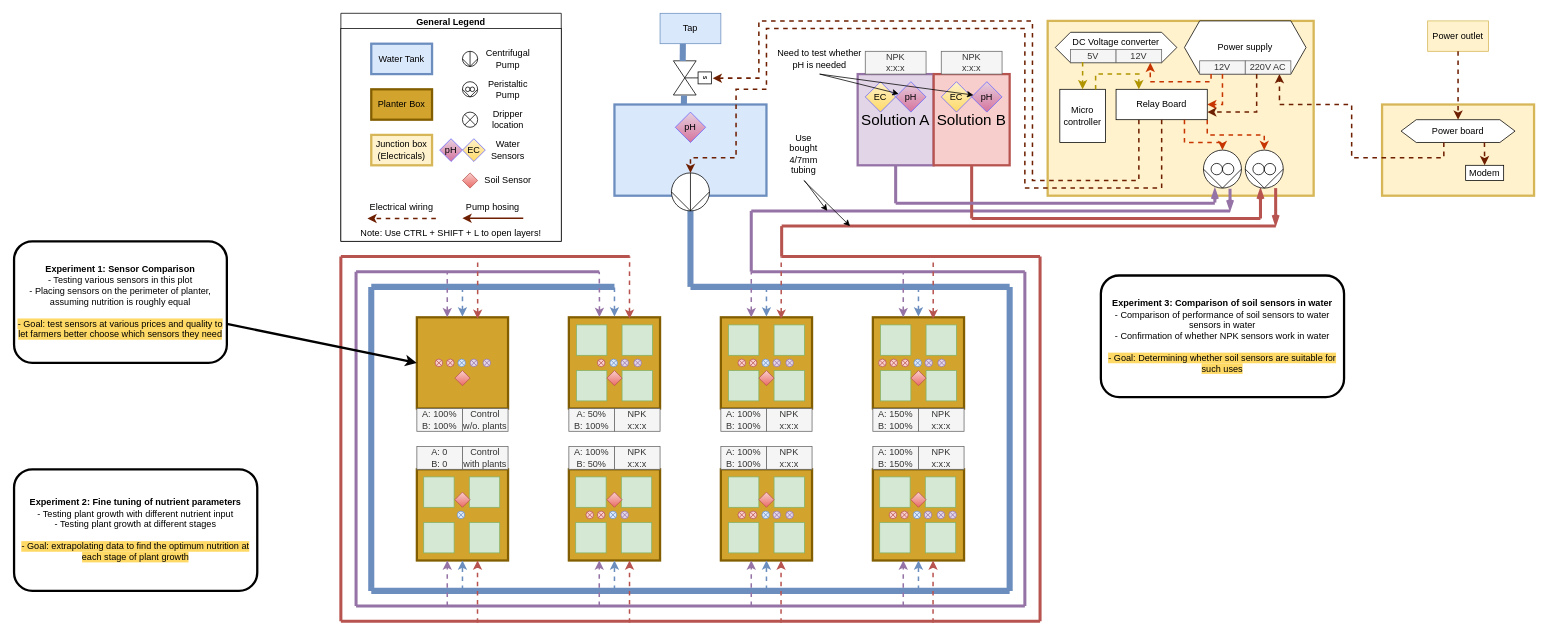
This is page "Rooftop Testing Setup 1" (7 of 7) of Diagrams/Ref design/Ref design 1.drawio from eg4301/Agritech, a draw.io file, before an edit. Source tidied: cells renumbered, new cells numbered last; positions are measured from the earlier drawing's top-left corner, leaving out a move shared by most shapes. Both pictures are drawn from the tidied source at 76%, with x=0, y=0 at pixel (14, 13).
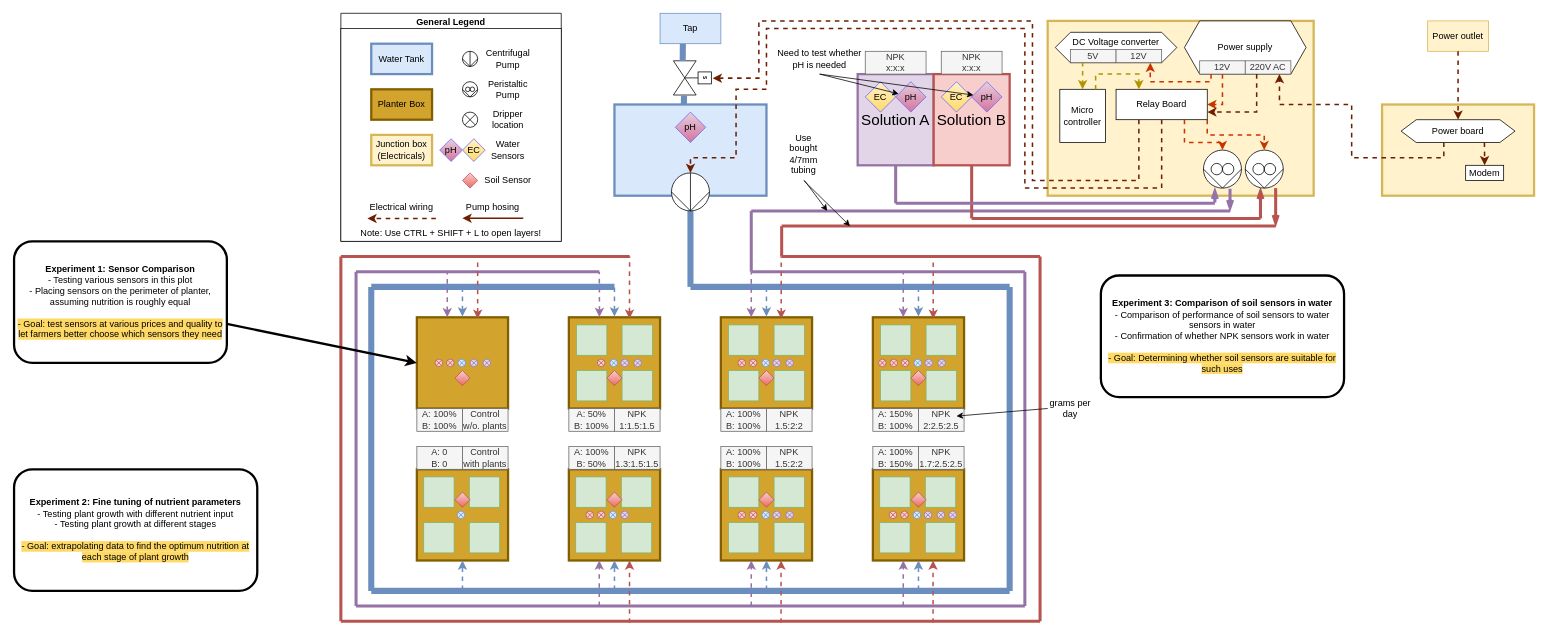
The same diagram, later.

Diff of the diagram source:
```diff
@@
-    <mxCell id="95" style="endArrow=classic;html=1;rounded=0;strokeColor=#9673a6;strokeWidth=2;fillColor=#e1d5e7;dashed=1;startArrow=none;startFill=0;exitX=0.338;exitY=0.005;exitDx=0;exitDy=0;edgeStyle=orthogonalEdgeStyle;exitPerimeter=0;endFill=1;" parent="60" edge="1">
-      <mxGeometry relative="1" as="geometry">
-        <mxPoint x="570" y="780" as="sourcePoint" />
-        <mxPoint x="570" y="720" as="targetPoint" />
-        <Array as="points">
-          <mxPoint x="570" y="750" />
-        </Array>
-      </mxGeometry>
-    </mxCell>
@@
-    <mxCell id="103" style="endArrow=classic;html=1;rounded=0;strokeColor=#b85450;strokeWidth=2;fillColor=#f8cecc;dashed=1;startArrow=none;startFill=0;exitX=0.662;exitY=0.023;exitDx=0;exitDy=0;edgeStyle=orthogonalEdgeStyle;exitPerimeter=0;endFill=1;" parent="60" edge="1">
-      <mxGeometry relative="1" as="geometry">
-        <mxPoint x="609.8" y="802" as="sourcePoint" />
-        <mxPoint x="609.8" y="720" as="targetPoint" />
-        <Array as="points">
-          <mxPoint x="609.8" y="740" />
-          <mxPoint x="609.8" y="740" />
-        </Array>
-      </mxGeometry>
-    </mxCell>
@@
-    <mxCell id="159" value="NPK&lt;br&gt;x:x:x" style="text;html=1;align=center;verticalAlign=middle;whiteSpace=wrap;rounded=0;fillColor=#f5f5f5;fontColor=#333333;strokeColor=#666666;" parent="119" vertex="1">
+    <mxCell id="159" value="NPK&lt;br&gt;1.3:1.5:1.5" style="text;html=1;align=center;verticalAlign=middle;whiteSpace=wrap;rounded=0;fillColor=#f5f5f5;fontColor=#333333;strokeColor=#666666;" parent="119" vertex="1">
       <mxGeometry x="790" y="570" width="60" height="30" as="geometry" />
     </mxCell>
-    <mxCell id="160" value="NPK&lt;br&gt;x:x:x" style="text;html=1;align=center;verticalAlign=middle;whiteSpace=wrap;rounded=0;fillColor=#f5f5f5;fontColor=#333333;strokeColor=#666666;" parent="119" vertex="1">
+    <mxCell id="160" value="NPK&lt;br&gt;1:1.5:1.5" style="text;html=1;align=center;verticalAlign=middle;whiteSpace=wrap;rounded=0;fillColor=#f5f5f5;fontColor=#333333;strokeColor=#666666;" parent="119" vertex="1">
       <mxGeometry x="790" y="520" width="60" height="30" as="geometry" />
     </mxCell>
@@
-    <mxCell id="162" value="NPK&lt;br&gt;x:x:x" style="text;html=1;align=center;verticalAlign=middle;whiteSpace=wrap;rounded=0;fillColor=#f5f5f5;fontColor=#333333;strokeColor=#666666;" parent="119" vertex="1">
+    <mxCell id="162" value="NPK&lt;br&gt;1.5:2:2" style="text;html=1;align=center;verticalAlign=middle;whiteSpace=wrap;rounded=0;fillColor=#f5f5f5;fontColor=#333333;strokeColor=#666666;" parent="119" vertex="1">
       <mxGeometry x="990" y="570" width="60" height="30" as="geometry" />
     </mxCell>
-    <mxCell id="163" value="NPK&lt;br&gt;x:x:x" style="text;html=1;align=center;verticalAlign=middle;whiteSpace=wrap;rounded=0;fillColor=#f5f5f5;fontColor=#333333;strokeColor=#666666;" parent="119" vertex="1">
+    <mxCell id="163" value="NPK&lt;br&gt;1.5:2:2" style="text;html=1;align=center;verticalAlign=middle;whiteSpace=wrap;rounded=0;fillColor=#f5f5f5;fontColor=#333333;strokeColor=#666666;" parent="119" vertex="1">
       <mxGeometry x="990" y="520" width="60" height="30" as="geometry" />
     </mxCell>
@@
-    <mxCell id="165" value="NPK&lt;br&gt;x:x:x" style="text;html=1;align=center;verticalAlign=middle;whiteSpace=wrap;rounded=0;fillColor=#f5f5f5;fontColor=#333333;strokeColor=#666666;" parent="119" vertex="1">
+    <mxCell id="165" value="NPK&lt;br&gt;1.7:2.5:2.5" style="text;html=1;align=center;verticalAlign=middle;whiteSpace=wrap;rounded=0;fillColor=#f5f5f5;fontColor=#333333;strokeColor=#666666;" parent="119" vertex="1">
       <mxGeometry x="1190" y="570" width="60" height="30" as="geometry" />
     </mxCell>
-    <mxCell id="166" value="NPK&lt;br&gt;x:x:x" style="text;html=1;align=center;verticalAlign=middle;whiteSpace=wrap;rounded=0;fillColor=#f5f5f5;fontColor=#333333;strokeColor=#666666;" parent="119" vertex="1">
+    <mxCell id="166" value="NPK&lt;br&gt;2:2.5:2.5" style="text;html=1;align=center;verticalAlign=middle;whiteSpace=wrap;rounded=0;fillColor=#f5f5f5;fontColor=#333333;strokeColor=#666666;" parent="119" vertex="1">
       <mxGeometry x="1190" y="520" width="60" height="30" as="geometry" />
     </mxCell>
@@
+    <mxCell id="230" value="grams per day" style="text;html=1;strokeColor=none;fillColor=none;align=center;verticalAlign=middle;whiteSpace=wrap;rounded=0;" parent="214" vertex="1">
+      <mxGeometry x="1360" y="505" width="60" height="30" as="geometry" />
+    </mxCell>
+    <mxCell id="231" style="endArrow=classic;html=1;rounded=0;exitX=0;exitY=0.5;exitDx=0;exitDy=0;" parent="214" edge="1" source="230">
+      <mxGeometry relative="1" as="geometry">
+        <mxPoint x="1240" y="530" as="targetPoint" />
+      </mxGeometry>
+    </mxCell>
```
